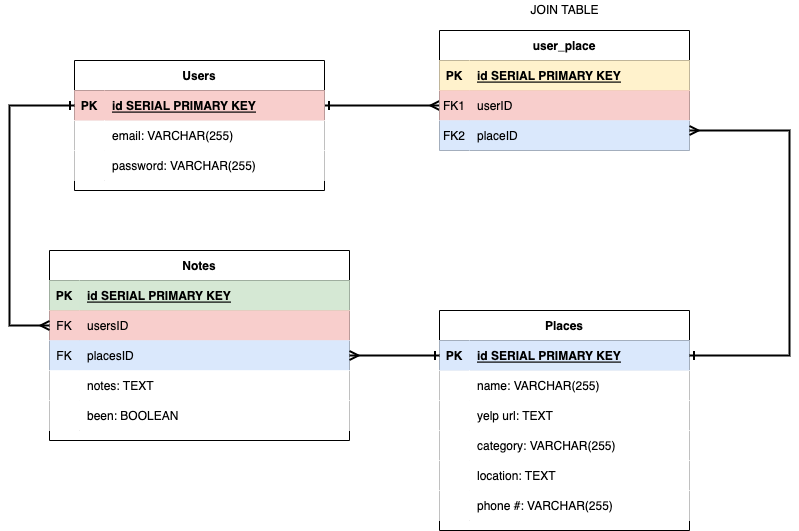
Earlier version of the draw.io export The-Travel-Buddy.drawio.png (taekim90/the-travel-buddy). Source tidied: cells renumbered, new cells last; positions are measured from the earlier drawing's top-left corner, leaving out a move shared by most shapes.
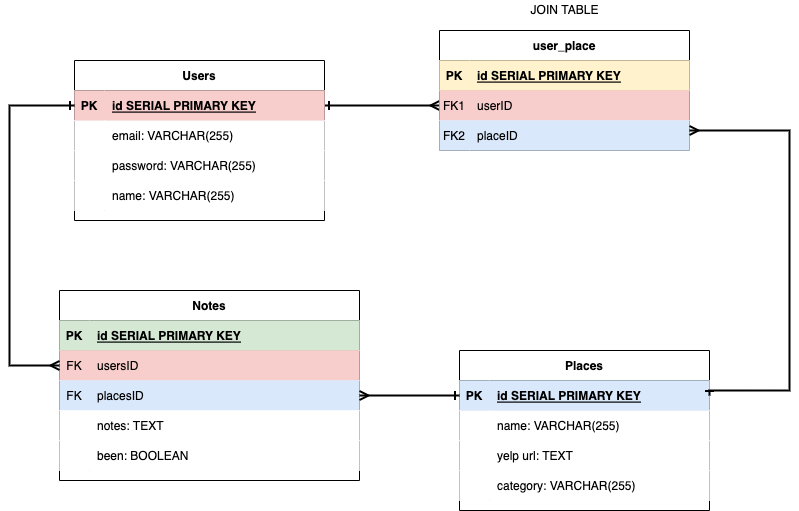
Later version of the same file.

Diff of the diagram source:
```diff
@@ -36,7 +36,7 @@
       <mxGeometry x="30" width="220" height="30" as="geometry" />
     </mxCell>
     <mxCell id="13" value="Users" style="shape=table;startSize=30;rowLines=0;fontStyle=1;align=center;" parent="1" vertex="1">
-      <mxGeometry x="65" y="60" width="250" height="130" as="geometry" />
+      <mxGeometry x="65" y="60" width="250" height="160" as="geometry" />
     </mxCell>
     <mxCell id="14" style="shape=partialRectangle;fillColor=#f8cecc;points=[[0,0.5],[1,0.5]];portConstraint=eastwest;top=0;left=0;right=0;bottom=1;strokeColor=#b85450;" parent="13" vertex="1">
       <mxGeometry y="30" width="250" height="30" as="geometry" />
@@ -65,8 +65,17 @@
     <mxCell id="22" value="password: VARCHAR(255)" style="shape=partialRectangle;top=0;left=0;bottom=0;right=0;align=left;spacingLeft=6;overflow=hidden;" parent="20" vertex="1">
       <mxGeometry x="30" width="220" height="30" as="geometry" />
     </mxCell>
+    <mxCell id="62" style="shape=tableRow;horizontal=0;startSize=0;swimlaneHead=0;swimlaneBody=0;top=0;left=0;right=0;bottom=0;" parent="13" vertex="1">
+      <mxGeometry y="120" width="250" height="30" as="geometry" />
+    </mxCell>
+    <mxCell id="63" style="shape=partialRectangle;top=0;left=0;bottom=0;right=0;overflow=hidden;" parent="62" vertex="1">
+      <mxGeometry width="30" height="30" as="geometry" />
+    </mxCell>
+    <mxCell id="64" value="name: VARCHAR(255)" style="shape=partialRectangle;top=0;left=0;bottom=0;right=0;align=left;spacingLeft=6;overflow=hidden;" parent="62" vertex="1">
+      <mxGeometry x="30" width="220" height="30" as="geometry" />
+    </mxCell>
     <mxCell id="23" value="Notes" style="shape=table;startSize=30;rowLines=0;fontStyle=1;align=center;" parent="1" vertex="1">
-      <mxGeometry x="40" y="250" width="300" height="190" as="geometry" />
+      <mxGeometry x="50" y="290" width="300" height="190" as="geometry" />
     </mxCell>
     <mxCell id="24" style="shape=tableRow;horizontal=0;startSize=0;swimlaneHead=0;swimlaneBody=0;fillColor=#d5e8d4;top=0;left=0;right=0;bottom=1;strokeColor=#82b366;" parent="23" vertex="1">
       <mxGeometry y="30" width="300" height="30" as="geometry" />
@@ -114,7 +123,7 @@
       <mxGeometry x="30" width="270" height="30" as="geometry" />
     </mxCell>
     <mxCell id="39" value="Places" style="shape=table;startSize=30;rowLines=0;fontStyle=1;align=center;" parent="1" vertex="1">
-      <mxGeometry x="430" y="310" width="250" height="220" as="geometry" />
+      <mxGeometry x="450" y="350" width="250" height="160" as="geometry" />
     </mxCell>
     <mxCell id="40" style="shape=partialRectangle;fillColor=#dae8fc;points=[[0,0.5],[1,0.5]];portConstraint=eastwest;top=0;left=0;right=0;bottom=1;strokeColor=#6c8ebf;" parent="39" vertex="1">
       <mxGeometry y="30" width="250" height="30" as="geometry" />
@@ -152,24 +161,6 @@
     <mxCell id="51" value="category: VARCHAR(255)" style="shape=partialRectangle;top=0;left=0;bottom=0;right=0;align=left;spacingLeft=6;overflow=hidden;" parent="49" vertex="1">
       <mxGeometry x="30" width="220" height="30" as="geometry" />
     </mxCell>
-    <mxCell id="52" style="shape=tableRow;horizontal=0;startSize=0;swimlaneHead=0;swimlaneBody=0;top=0;left=0;right=0;bottom=0;" parent="39" vertex="1">
-      <mxGeometry y="150" width="250" height="30" as="geometry" />
-    </mxCell>
-    <mxCell id="53" style="shape=partialRectangle;top=0;left=0;bottom=0;right=0;overflow=hidden;" parent="52" vertex="1">
-      <mxGeometry width="30" height="30" as="geometry" />
-    </mxCell>
-    <mxCell id="54" value="location: TEXT" style="shape=partialRectangle;top=0;left=0;bottom=0;right=0;align=left;spacingLeft=6;overflow=hidden;" parent="52" vertex="1">
-      <mxGeometry x="30" width="220" height="30" as="geometry" />
-    </mxCell>
-    <mxCell id="55" style="shape=tableRow;horizontal=0;startSize=0;swimlaneHead=0;swimlaneBody=0;top=0;left=0;right=0;bottom=0;" parent="39" vertex="1">
-      <mxGeometry y="180" width="250" height="30" as="geometry" />
-    </mxCell>
-    <mxCell id="56" style="shape=partialRectangle;top=0;left=0;bottom=0;right=0;overflow=hidden;" parent="55" vertex="1">
-      <mxGeometry width="30" height="30" as="geometry" />
-    </mxCell>
-    <mxCell id="57" value="phone #: VARCHAR(255)" style="shape=partialRectangle;top=0;left=0;bottom=0;right=0;align=left;spacingLeft=6;overflow=hidden;" parent="55" vertex="1">
-      <mxGeometry x="30" width="220" height="30" as="geometry" />
-    </mxCell>
     <mxCell id="58" value="JOIN TABLE" style="text;html=1;align=center;verticalAlign=middle;strokeColor=none;fillColor=none;" parent="1" vertex="1">
       <mxGeometry x="515" width="80" height="20" as="geometry" />
     </mxCell>
@@ -177,7 +168,7 @@
       <mxGeometry relative="1" as="geometry">
         <Array as="points">
           <mxPoint y="105" />
-          <mxPoint y="325" />
+          <mxPoint y="365" />
         </Array>
       </mxGeometry>
     </mxCell>
@@ -185,7 +176,8 @@
       <mxGeometry relative="1" as="geometry">
         <mxPoint x="680" y="130" as="targetPoint" />
         <Array as="points">
-          <mxPoint x="780" y="355" />
+          <mxPoint x="700" y="390" />
+          <mxPoint x="780" y="390" />
           <mxPoint x="780" y="130" />
         </Array>
       </mxGeometry>
```
